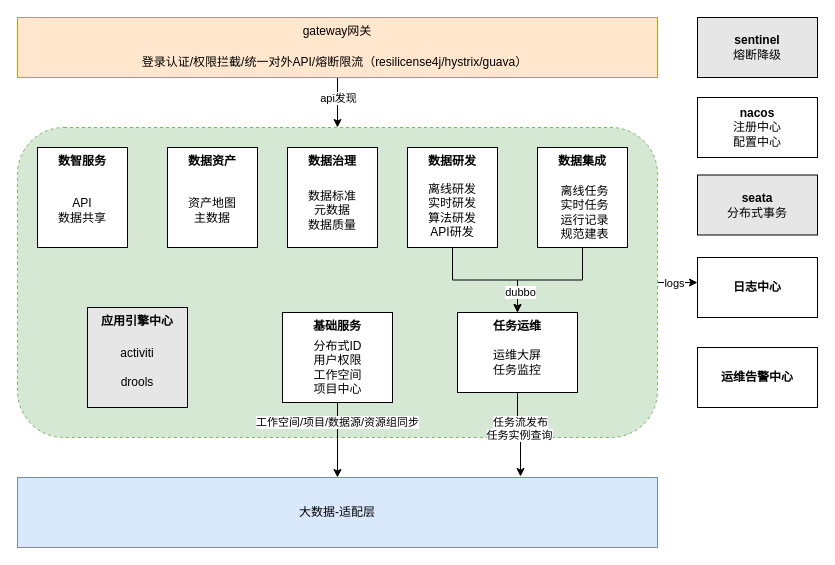
This is 数据中台应用逻辑架构.drawio from swleon/diagrams, a draw.io file, before an edit. Source tidied: cells renumbered, new cells numbered last; positions are measured from the earlier drawing's top-left corner, leaving out a move shared by most shapes. Both pictures are drawn from the tidied source at 100%, with x=0, y=0 at pixel (17, 17).
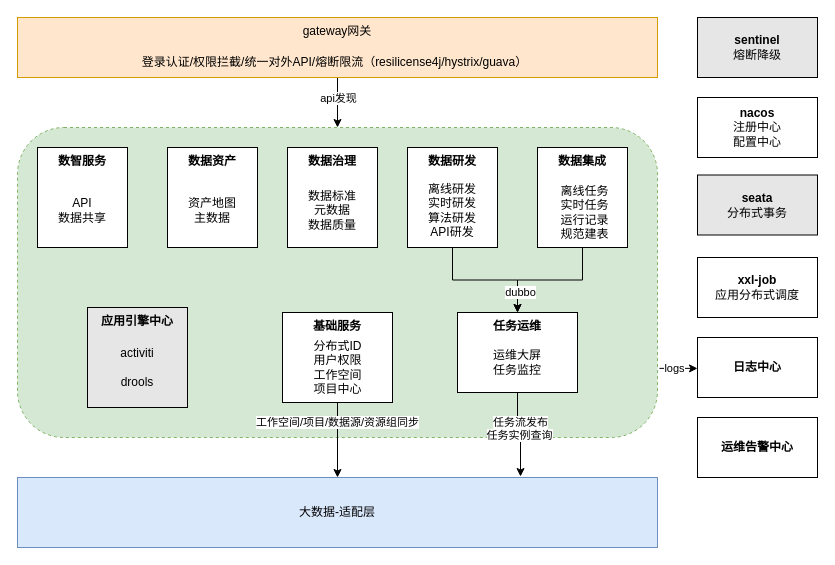
After the change.

Commit message (it also covers changes not shown here):
Update 数据中台应用逻辑架构.drawio

Unchanged cells that the change refers to:
```xml
<mxCell id="9" style="rounded=1;whiteSpace=wrap;html=1;dashed=1;fillColor=#d5e8d4;strokeColor=#82b366;" parent="1" vertex="1">
  <mxGeometry y="110" width="640" height="310" as="geometry" />
</mxCell>
```

What changed in the source:
```diff
@@
-    <mxCell id="7" style="edgeStyle=orthogonalEdgeStyle;rounded=0;jettySize=auto;html=1;exitX=1;exitY=0.5;exitDx=0;exitDy=0;" parent="1" edge="1" source="9">
-      <mxGeometry relative="1" as="geometry">
-        <mxPoint x="680" y="265.1" as="targetPoint" />
-      </mxGeometry>
+    <mxCell id="7" style="edgeStyle=orthogonalEdgeStyle;rounded=0;jettySize=auto;html=1;exitX=1.003;exitY=0.777;exitDx=0;exitDy=0;entryX=0;entryY=0.5;entryDx=0;entryDy=0;exitPerimeter=0;" parent="1" edge="1" source="9" target="35">
+      <mxGeometry relative="1" as="geometry" />
     </mxCell>
@@
     <mxCell id="35" value="&lt;b&gt;日志中心&lt;/b&gt;" style="rounded=0;whiteSpace=wrap;html=1;" parent="1" vertex="1">
-      <mxGeometry x="680" y="240" width="120" height="60" as="geometry" />
+      <mxGeometry x="680" y="320" width="120" height="60" as="geometry" />
     </mxCell>
     <mxCell id="36" value="&lt;b&gt;运维告警中心&lt;/b&gt;" style="rounded=0;whiteSpace=wrap;html=1;" parent="1" vertex="1">
-      <mxGeometry x="680" y="330" width="120" height="60" as="geometry" />
+      <mxGeometry x="680" y="400" width="120" height="60" as="geometry" />
     </mxCell>
@@
+    <mxCell id="39" value="&lt;b&gt;xxl-job&lt;/b&gt;&lt;br&gt;应用分布式调度" style="rounded=0;whiteSpace=wrap;html=1;" parent="1" vertex="1">
+      <mxGeometry x="680" y="240" width="120" height="60" as="geometry" />
+    </mxCell>
```
